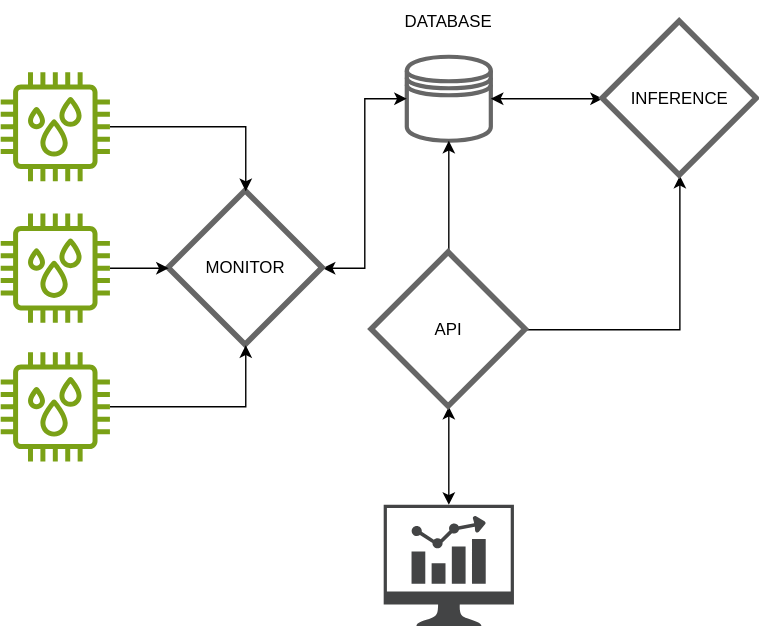
Before: paper/images/hcult.svg, a diagram exported from draw.io (asouthgate/openhcult). Source tidied: cells renumbered, new cells last; positions are measured from the earlier drawing's top-left corner, leaving out a move shared by most shapes.
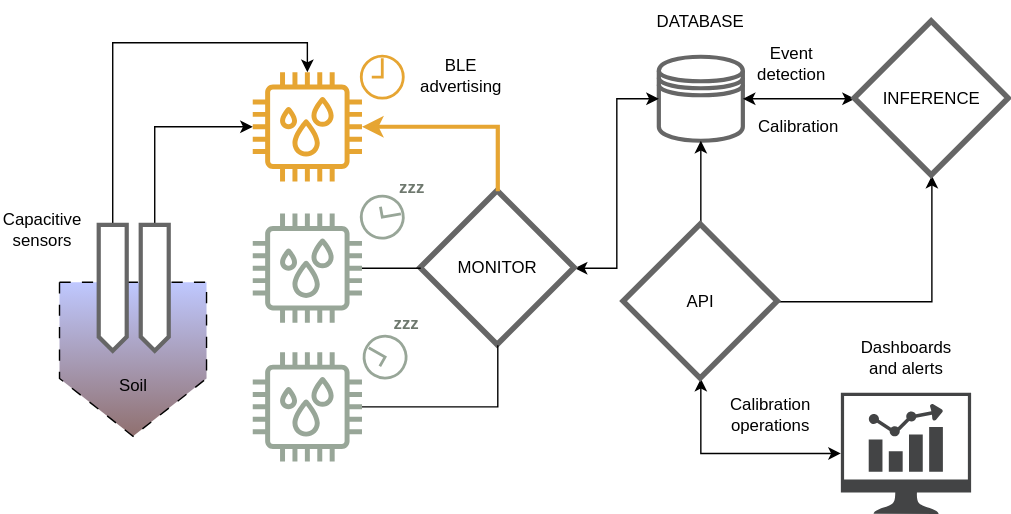
The same file after the commit.

Diff of the diagram source:
```diff
@@ -9,7 +9,7 @@
       <mxGeometry relative="1" as="geometry" />
     </mxCell>
     <mxCell id="4" style="sketch=0;shadow=0;dashed=0;html=1;strokeColor=none;fillColor=#434445;labelPosition=center;verticalLabelPosition=bottom;verticalAlign=top;align=center;outlineConnect=0;shape=mxgraph.vvd.nsx_dashboard;" parent="1" vertex="1">
-      <mxGeometry x="273.5" y="360" width="93" height="86.5" as="geometry" />
+      <mxGeometry x="420" y="280" width="93" height="86.5" as="geometry" />
     </mxCell>
     <mxCell id="5" style="edgeStyle=orthogonalEdgeStyle;rounded=0;jettySize=auto;html=1;entryX=0;entryY=0.5;entryDx=0;entryDy=0;startArrow=classic;startFill=1;" parent="1" edge="1" source="6" target="2">
       <mxGeometry relative="1" as="geometry" />
@@ -17,22 +17,22 @@
     <mxCell id="6" value="MONITOR" style="rhombus;whiteSpace=wrap;html=1;strokeWidth=4;strokeColor=#666666;" parent="1" vertex="1">
       <mxGeometry x="120" y="136" width="110" height="110" as="geometry" />
     </mxCell>
-    <mxCell id="7" style="edgeStyle=orthogonalEdgeStyle;rounded=0;jettySize=auto;html=1;entryX=0.5;entryY=0;entryDx=0;entryDy=0;" parent="1" edge="1" source="8" target="6">
+    <mxCell id="7" style="edgeStyle=orthogonalEdgeStyle;rounded=0;jettySize=auto;html=1;entryX=0.5;entryY=0;entryDx=0;entryDy=0;startArrow=classic;startFill=1;endArrow=none;endFill=0;strokeColor=#E6A532;strokeWidth=3;" parent="1" edge="1" source="8" target="6">
       <mxGeometry relative="1" as="geometry" />
     </mxCell>
-    <mxCell id="8" style="sketch=0;outlineConnect=0;fontColor=#232F3E;gradientColor=none;fillColor=#7AA116;strokeColor=none;dashed=0;verticalLabelPosition=bottom;verticalAlign=top;align=center;html=1;fontSize=12;fontStyle=0;shape=mxgraph.aws4.iot_thing_humidity_sensor;" parent="1" vertex="1">
+    <mxCell id="8" style="sketch=0;outlineConnect=0;fontColor=#232F3E;gradientColor=none;fillColor=#E6A532;strokeColor=none;dashed=0;verticalLabelPosition=bottom;verticalAlign=top;align=center;html=1;fontSize=12;fontStyle=0;shape=mxgraph.aws4.iot_thing_humidity_sensor;" parent="1" vertex="1">
       <mxGeometry y="51" width="78" height="78" as="geometry" />
     </mxCell>
-    <mxCell id="9" style="edgeStyle=orthogonalEdgeStyle;rounded=0;jettySize=auto;html=1;entryX=0;entryY=0.5;entryDx=0;entryDy=0;" parent="1" edge="1" source="10" target="6">
+    <mxCell id="9" style="edgeStyle=orthogonalEdgeStyle;rounded=0;jettySize=auto;html=1;entryX=0;entryY=0.5;entryDx=0;entryDy=0;endArrow=none;endFill=0;" parent="1" edge="1" source="10" target="6">
       <mxGeometry relative="1" as="geometry" />
     </mxCell>
-    <mxCell id="10" style="sketch=0;outlineConnect=0;fontColor=#232F3E;gradientColor=none;fillColor=#7AA116;strokeColor=none;dashed=0;verticalLabelPosition=bottom;verticalAlign=top;align=center;html=1;fontSize=12;fontStyle=0;shape=mxgraph.aws4.iot_thing_humidity_sensor;" parent="1" vertex="1">
+    <mxCell id="10" style="sketch=0;outlineConnect=0;fontColor=#232F3E;gradientColor=none;fillColor=#98A698;strokeColor=none;dashed=0;verticalLabelPosition=bottom;verticalAlign=top;align=center;html=1;fontSize=12;fontStyle=0;shape=mxgraph.aws4.iot_thing_humidity_sensor;" parent="1" vertex="1">
       <mxGeometry y="152" width="78" height="78" as="geometry" />
     </mxCell>
-    <mxCell id="11" style="edgeStyle=orthogonalEdgeStyle;rounded=0;jettySize=auto;html=1;entryX=0.5;entryY=1;entryDx=0;entryDy=0;" parent="1" edge="1" source="12" target="6">
+    <mxCell id="11" style="edgeStyle=orthogonalEdgeStyle;rounded=0;jettySize=auto;html=1;entryX=0.5;entryY=1;entryDx=0;entryDy=0;endArrow=none;endFill=0;" parent="1" edge="1" source="12" target="6">
       <mxGeometry relative="1" as="geometry" />
     </mxCell>
-    <mxCell id="12" style="sketch=0;outlineConnect=0;fontColor=#232F3E;gradientColor=none;fillColor=#7AA116;strokeColor=none;dashed=0;verticalLabelPosition=bottom;verticalAlign=top;align=center;html=1;fontSize=12;fontStyle=0;shape=mxgraph.aws4.iot_thing_humidity_sensor;" parent="1" vertex="1">
+    <mxCell id="12" style="sketch=0;outlineConnect=0;fontColor=#232F3E;gradientColor=none;fillColor=#98A698;strokeColor=none;dashed=0;verticalLabelPosition=bottom;verticalAlign=top;align=center;html=1;fontSize=12;fontStyle=0;shape=mxgraph.aws4.iot_thing_humidity_sensor;" parent="1" vertex="1">
       <mxGeometry y="251" width="78" height="78" as="geometry" />
     </mxCell>
     <mxCell id="13" style="edgeStyle=orthogonalEdgeStyle;rounded=0;jettySize=auto;html=1;entryX=0.5;entryY=1;entryDx=0;entryDy=0;" parent="1" edge="1" source="15" target="2">
@@ -42,7 +42,7 @@
       <mxGeometry relative="1" as="geometry" />
     </mxCell>
     <mxCell id="15" value="API" style="rhombus;whiteSpace=wrap;html=1;strokeWidth=4;strokeColor=#666666;" parent="1" vertex="1">
-      <mxGeometry x="265" y="180" width="110" height="110" as="geometry" />
+      <mxGeometry x="265" y="160" width="110" height="110" as="geometry" />
     </mxCell>
     <mxCell id="16" style="edgeStyle=orthogonalEdgeStyle;rounded=0;jettySize=auto;html=1;entryX=1;entryY=0.5;entryDx=0;entryDy=0;startArrow=classic;startFill=1;" parent="1" edge="1" source="17" target="2">
       <mxGeometry relative="1" as="geometry" />
@@ -53,5 +53,65 @@
     <mxCell id="18" value="DATABASE" style="text;html=1;whiteSpace=wrap;strokeColor=none;fillColor=none;align=center;verticalAlign=middle;rounded=0;" parent="1" vertex="1">
       <mxGeometry x="290" width="60" height="30" as="geometry" />
     </mxCell>
+    <mxCell id="19" style="html=1;verticalLabelPosition=bottom;align=center;labelBackgroundColor=#ffffff;verticalAlign=top;strokeWidth=2;strokeColor=#E6A532;shadow=0;dashed=0;shape=mxgraph.ios7.icons.clock;" parent="1" vertex="1">
+      <mxGeometry x="78" y="40" width="30" height="30" as="geometry" />
+    </mxCell>
+    <mxCell id="20" style="html=1;verticalLabelPosition=bottom;align=center;labelBackgroundColor=#ffffff;verticalAlign=top;strokeWidth=2;strokeColor=#98A698;shadow=0;dashed=0;shape=mxgraph.ios7.icons.clock;rotation=80;" parent="1" vertex="1">
+      <mxGeometry x="78" y="140" width="30" height="30" as="geometry" />
+    </mxCell>
+    <mxCell id="21" style="html=1;verticalLabelPosition=bottom;align=center;labelBackgroundColor=#ffffff;verticalAlign=top;strokeWidth=2;strokeColor=#98A698;shadow=0;dashed=0;shape=mxgraph.ios7.icons.clock;rotation=-60;" parent="1" vertex="1">
+      <mxGeometry x="80" y="240" width="30" height="30" as="geometry" />
+    </mxCell>
+    <mxCell id="22" value="zzz" style="text;html=1;whiteSpace=wrap;strokeColor=none;fillColor=none;align=center;verticalAlign=middle;rounded=0;fontColor=#6E786E;fontStyle=1;" parent="1" vertex="1">
+      <mxGeometry x="84" y="119" width="60" height="30" as="geometry" />
+    </mxCell>
+    <mxCell id="23" value="zzz" style="text;html=1;whiteSpace=wrap;strokeColor=none;fillColor=none;align=center;verticalAlign=middle;rounded=0;fontStyle=1;fontColor=#6E786E;" parent="1" vertex="1">
+      <mxGeometry x="80" y="216" width="60" height="30" as="geometry" />
+    </mxCell>
+    <mxCell id="24" value="BLE advertising" style="text;html=1;whiteSpace=wrap;strokeColor=none;fillColor=none;align=center;verticalAlign=middle;rounded=0;" parent="1" vertex="1">
+      <mxGeometry x="119" y="39" width="60" height="30" as="geometry" />
+    </mxCell>
+    <mxCell id="25" value="Calibration" style="text;html=1;whiteSpace=wrap;strokeColor=none;fillColor=none;align=center;verticalAlign=middle;rounded=0;" parent="1" vertex="1">
+      <mxGeometry x="360" y="75" width="60" height="30" as="geometry" />
+    </mxCell>
+    <mxCell id="26" value="Event detection" style="text;html=1;whiteSpace=wrap;strokeColor=none;fillColor=none;align=center;verticalAlign=middle;rounded=0;" parent="1" vertex="1">
+      <mxGeometry x="355" y="30" width="60" height="30" as="geometry" />
+    </mxCell>
+    <mxCell id="27" value="Dashboards and alerts" style="text;html=1;whiteSpace=wrap;strokeColor=none;fillColor=none;align=center;verticalAlign=middle;rounded=0;" parent="1" vertex="1">
+      <mxGeometry x="436.5" y="240" width="60" height="30" as="geometry" />
+    </mxCell>
+    <mxCell id="28" value="Calibration operations" style="text;html=1;whiteSpace=wrap;strokeColor=none;fillColor=none;align=center;verticalAlign=middle;rounded=0;" parent="1" vertex="1">
+      <mxGeometry x="340" y="281" width="60" height="30" as="geometry" />
+    </mxCell>
+    <mxCell id="29" style="shape=offPageConnector;whiteSpace=wrap;html=1;gradientColor=#90706F;fillColor=#BFC8FF;dashed=1;dashPattern=8 8;" parent="1" vertex="1">
+      <mxGeometry x="-138" y="201" width="105" height="110" as="geometry" />
+    </mxCell>
+    <mxCell id="30" style="edgeStyle=orthogonalEdgeStyle;rounded=0;jettySize=auto;html=1;exitX=0.5;exitY=0;exitDx=0;exitDy=0;strokeWidth=1;" parent="1" edge="1" source="31" target="8">
+      <mxGeometry relative="1" as="geometry">
+        <Array as="points">
+          <mxPoint x="-70" y="90" />
+        </Array>
+      </mxGeometry>
+    </mxCell>
+    <mxCell id="31" style="shape=offPageConnector;whiteSpace=wrap;html=1;size=0.1111111111111111;strokeWidth=3;strokeColor=#666666;" parent="1" vertex="1">
+      <mxGeometry x="-80" y="160" width="20" height="90" as="geometry" />
+    </mxCell>
+    <mxCell id="32" style="edgeStyle=orthogonalEdgeStyle;rounded=0;jettySize=auto;html=1;" parent="1" edge="1" source="33" target="8">
+      <mxGeometry relative="1" as="geometry">
+        <Array as="points">
+          <mxPoint x="-100" y="30" />
+          <mxPoint x="39" y="30" />
+        </Array>
+      </mxGeometry>
+    </mxCell>
+    <mxCell id="33" style="shape=offPageConnector;whiteSpace=wrap;html=1;size=0.1111111111111111;strokeWidth=3;strokeColor=#666666;" parent="1" vertex="1">
+      <mxGeometry x="-110" y="160" width="20" height="90" as="geometry" />
+    </mxCell>
+    <mxCell id="34" value="Capacitive sensors" style="text;html=1;whiteSpace=wrap;strokeColor=none;fillColor=none;align=center;verticalAlign=middle;rounded=0;" parent="1" vertex="1">
+      <mxGeometry x="-180" y="149" width="60" height="30" as="geometry" />
+    </mxCell>
+    <mxCell id="35" value="Soil" style="text;html=1;whiteSpace=wrap;strokeColor=none;fillColor=none;align=center;verticalAlign=middle;rounded=0;" parent="1" vertex="1">
+      <mxGeometry x="-115.5" y="260" width="60" height="30" as="geometry" />
+    </mxCell>
   </root>
 </mxGraphModel>
```
